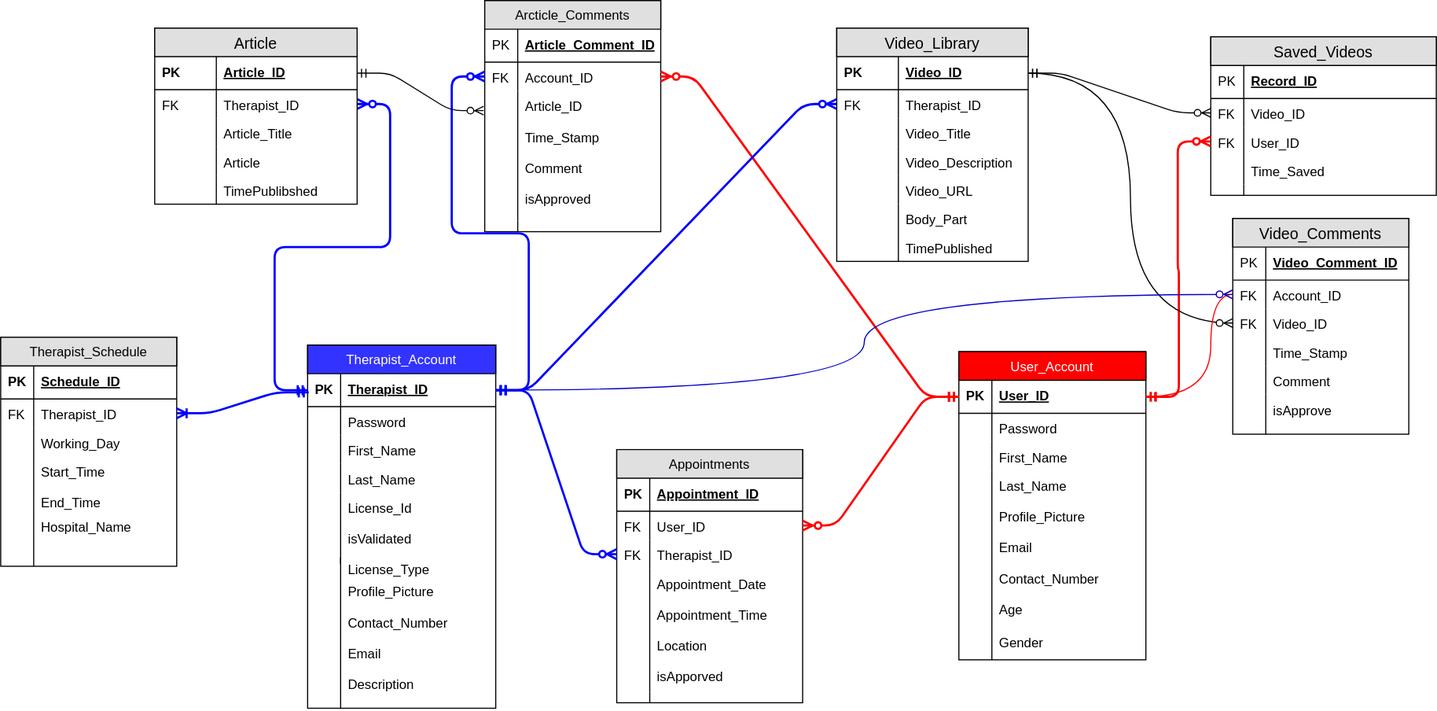
Before: ERD.svg, a diagram exported from draw.io (Brian784/MyPhysicalTherapist). Source tidied: cells renumbered, new cells last; positions are measured from the earlier drawing's top-left corner, leaving out a move shared by most shapes.
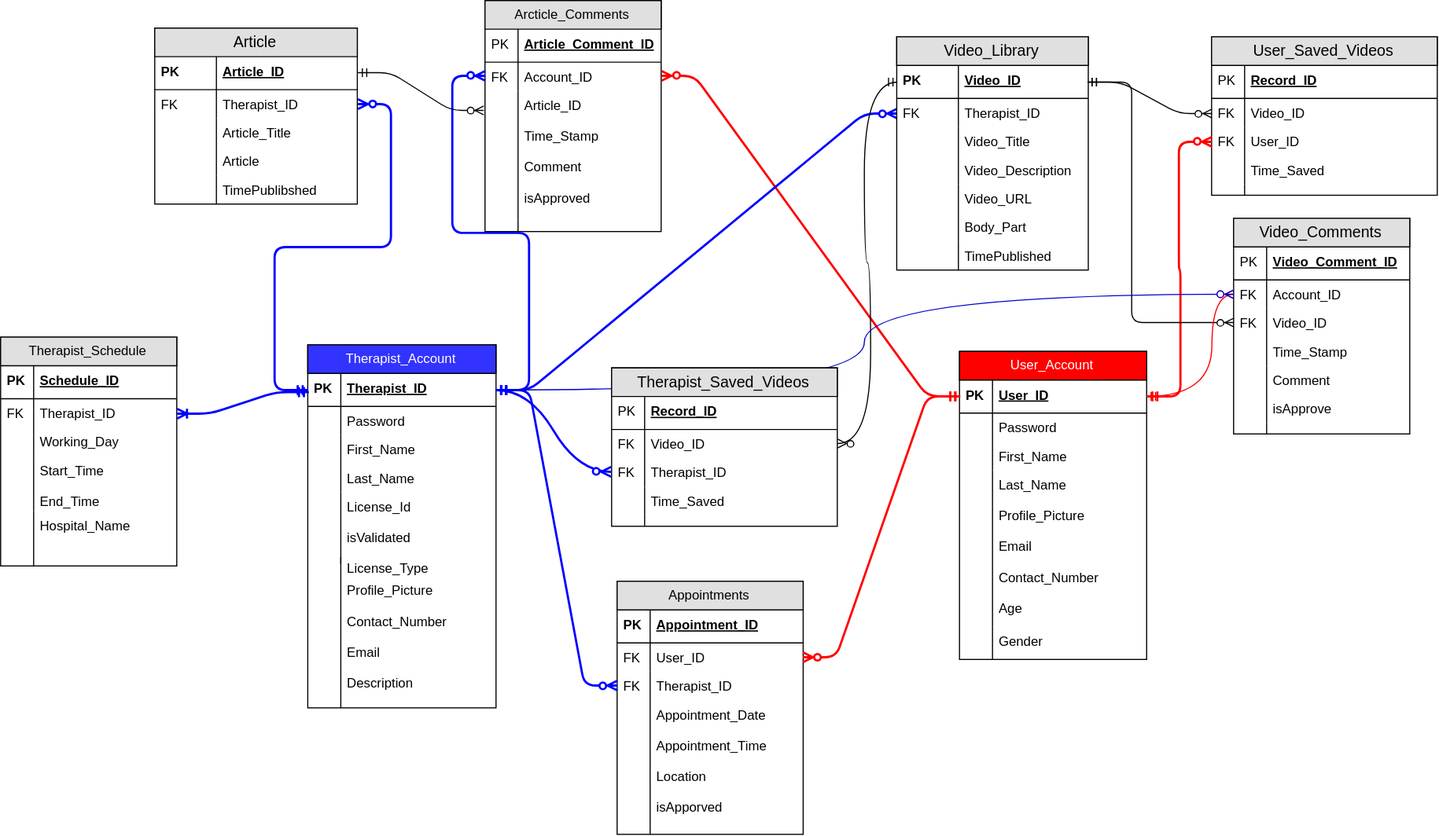
After the commit.

Diff of the diagram source:
```diff
@@ -114,7 +114,7 @@
       <mxGeometry width="28.2" as="geometry" />
     </mxCell>
     <mxCell id="39" value="Appointments" style="swimlane;fontStyle=0;horizontal=1;startSize=26;fillColor=#e0e0e0;swimlaneFillColor=#ffffff;align=center;" parent="1" vertex="1">
-      <mxGeometry x="560" y="408" width="169" height="230" as="geometry" />
+      <mxGeometry x="560" y="528" width="169" height="230" as="geometry" />
     </mxCell>
     <mxCell id="40" value="Appointment_ID" style="shape=partialRectangle;top=0;left=0;right=0;bottom=1;align=left;verticalAlign=middle;fillColor=none;spacingLeft=34;spacingRight=4;overflow=hidden;fontStyle=5;" parent="39" vertex="1">
       <mxGeometry y="26" width="169" height="30" as="geometry" />
@@ -199,7 +199,7 @@
       </mxGeometry>
     </mxCell>
     <mxCell id="66" value="Video_Library" style="swimlane;fontStyle=0;horizontal=1;startSize=26;fillColor=#e0e0e0;swimlaneFillColor=#ffffff;align=center;fontSize=14;" parent="1" vertex="1">
-      <mxGeometry x="760" y="25" width="174" height="212" as="geometry" />
+      <mxGeometry x="814" y="33" width="174" height="212" as="geometry" />
     </mxCell>
     <mxCell id="67" value="Video_ID" style="shape=partialRectangle;top=0;left=0;right=0;bottom=1;align=left;verticalAlign=middle;fillColor=none;spacingLeft=60;spacingRight=4;overflow=hidden;points=[[0,0.5],[1,0.5]];portConstraint=eastwest;fontStyle=5;fontSize=12;" parent="66" vertex="1">
       <mxGeometry y="26" width="174" height="30" as="geometry" />
@@ -279,7 +279,7 @@
     <mxCell id="92" style="edgeStyle=entityRelationEdgeStyle;fontSize=12;html=1;endArrow=ERzeroToMany;startArrow=ERmandOne;exitX=1;exitY=0.5;entryX=-0.006;entryY=0.153;entryPerimeter=0;" parent="1" edge="1" source="82" target="55">
       <mxGeometry relative="1" as="geometry" />
     </mxCell>
-    <mxCell id="93" value="Saved_Videos" style="swimlane;fontStyle=0;horizontal=1;startSize=26;fillColor=#e0e0e0;swimlaneFillColor=#ffffff;align=center;fontSize=14;" parent="1" vertex="1">
+    <mxCell id="93" value="User_Saved_Videos" style="swimlane;fontStyle=0;horizontal=1;startSize=26;fillColor=#e0e0e0;swimlaneFillColor=#ffffff;align=center;fontSize=14;" parent="1" vertex="1">
       <mxGeometry x="1100" y="33" width="205" height="144" as="geometry" />
     </mxCell>
     <mxCell id="94" value="Record_ID" style="shape=partialRectangle;top=0;left=0;right=0;bottom=1;align=left;verticalAlign=middle;fillColor=none;spacingLeft=34;spacingRight=4;overflow=hidden;fontStyle=5;fontSize=12;" parent="93" vertex="1">
@@ -363,11 +363,11 @@
     <mxCell id="120" style="shape=partialRectangle;top=0;left=0;bottom=0;fillColor=none;align=left;verticalAlign=top;spacingLeft=4;spacingRight=4;overflow=hidden;fontSize=12;" parent="119" vertex="1">
       <mxGeometry width="30" height="10" as="geometry" />
     </mxCell>
-    <mxCell id="121" style="edgeStyle=orthogonalEdgeStyle;html=1;jettySize=auto;entryX=1;entryY=0.5;exitX=0;exitY=0.5;curved=1;startArrow=ERzeroToMany;startFill=1;endArrow=ERmandOne;endFill=0;" parent="1" edge="1" source="111" target="67">
+    <mxCell id="121" style="edgeStyle=orthogonalEdgeStyle;html=1;jettySize=auto;exitX=0;exitY=0.5;startArrow=ERzeroToMany;startFill=1;endArrow=ERmandOne;endFill=0;rounded=1;entryX=1;entryY=0.5;" parent="1" edge="1" source="111" target="67">
       <mxGeometry relative="1" as="geometry">
         <Array as="points">
           <mxPoint x="1027" y="293" />
-          <mxPoint x="1027" y="66" />
+          <mxPoint x="1027" y="74" />
         </Array>
       </mxGeometry>
     </mxCell>
@@ -382,5 +382,44 @@
     <mxCell id="123" style="edgeStyle=orthogonalEdgeStyle;curved=1;html=1;entryX=0;entryY=0.5;jettySize=auto;strokeColor=#0000CC;endArrow=ERzeroToMany;endFill=1;" parent="1" edge="1" source="3" target="109">
       <mxGeometry relative="1" as="geometry" />
     </mxCell>
+    <mxCell id="124" value="Therapist_Saved_Videos" style="swimlane;fontStyle=0;horizontal=1;startSize=26;fillColor=#e0e0e0;swimlaneFillColor=#ffffff;align=center;fontSize=14;" parent="1" vertex="1">
+      <mxGeometry x="555" y="333.9" width="205" height="144" as="geometry" />
+    </mxCell>
+    <mxCell id="125" value="Record_ID" style="shape=partialRectangle;top=0;left=0;right=0;bottom=1;align=left;verticalAlign=middle;fillColor=none;spacingLeft=34;spacingRight=4;overflow=hidden;fontStyle=5;fontSize=12;" parent="124" vertex="1">
+      <mxGeometry y="26" width="205" height="30" as="geometry" />
+    </mxCell>
+    <mxCell id="126" value="PK FK" style="shape=partialRectangle;top=0;left=0;bottom=0;fillColor=none;align=left;verticalAlign=middle;spacingLeft=4;spacingRight=4;overflow=hidden;fontSize=12;" parent="125" vertex="1">
+      <mxGeometry width="30" height="30" as="geometry" />
+    </mxCell>
+    <mxCell id="127" value="Video_ID" style="shape=partialRectangle;top=0;left=0;right=0;bottom=0;align=left;verticalAlign=top;fillColor=none;spacingLeft=34;spacingRight=4;overflow=hidden;points=[[0,0.5],[1,0.5]];portConstraint=eastwest;fontSize=12;" parent="124" vertex="1">
+      <mxGeometry y="56" width="205" height="26" as="geometry" />
+    </mxCell>
+    <mxCell id="128" value="FK" style="shape=partialRectangle;top=0;left=0;bottom=0;fillColor=none;align=left;verticalAlign=top;spacingLeft=4;spacingRight=4;overflow=hidden;fontSize=12;" parent="127" vertex="1">
+      <mxGeometry width="30" height="26" as="geometry" />
+    </mxCell>
+    <mxCell id="129" value="Therapist_ID" style="shape=partialRectangle;top=0;left=0;right=0;bottom=0;align=left;verticalAlign=top;fillColor=none;spacingLeft=34;spacingRight=4;overflow=hidden;points=[[0,0.5],[1,0.5]];portConstraint=eastwest;fontSize=12;" parent="124" vertex="1">
+      <mxGeometry y="82" width="205" height="26" as="geometry" />
+    </mxCell>
+    <mxCell id="130" value="FK" style="shape=partialRectangle;top=0;left=0;bottom=0;fillColor=none;align=left;verticalAlign=top;spacingLeft=4;spacingRight=4;overflow=hidden;fontSize=12;" parent="129" vertex="1">
+      <mxGeometry width="30" height="26" as="geometry" />
+    </mxCell>
+    <mxCell id="131" value="Time_Saved" style="shape=partialRectangle;top=0;left=0;right=0;bottom=0;align=left;verticalAlign=top;fillColor=none;spacingLeft=34;spacingRight=4;overflow=hidden;fontSize=12;" parent="124" vertex="1">
+      <mxGeometry y="108" width="205" height="26" as="geometry" />
+    </mxCell>
+    <mxCell id="132" style="shape=partialRectangle;top=0;left=0;bottom=0;fillColor=none;align=left;verticalAlign=top;spacingLeft=4;spacingRight=4;overflow=hidden;fontSize=12;" parent="131" vertex="1">
+      <mxGeometry width="30" height="26" as="geometry" />
+    </mxCell>
+    <mxCell id="133" style="shape=partialRectangle;top=0;left=0;right=0;bottom=0;align=left;verticalAlign=top;fillColor=none;spacingLeft=34;spacingRight=4;overflow=hidden;fontSize=12;" parent="124" vertex="1">
+      <mxGeometry y="134" width="205" height="10" as="geometry" />
+    </mxCell>
+    <mxCell id="134" style="shape=partialRectangle;top=0;left=0;bottom=0;fillColor=none;align=left;verticalAlign=top;spacingLeft=4;spacingRight=4;overflow=hidden;fontSize=12;" parent="133" vertex="1">
+      <mxGeometry width="30" height="10" as="geometry" />
+    </mxCell>
+    <mxCell id="135" style="edgeStyle=entityRelationEdgeStyle;html=1;endArrow=ERzeroToMany;endFill=1;strokeColor=#0000FF;startArrow=ERmandOne;startFill=0;strokeWidth=2;curved=1;exitX=1;exitY=0.5;entryX=0;entryY=0.5;" parent="1" edge="1" source="3" target="129">
+      <mxGeometry relative="1" as="geometry" />
+    </mxCell>
+    <mxCell id="136" style="edgeStyle=entityRelationEdgeStyle;fontSize=12;html=1;endArrow=ERmandOne;startArrow=ERzeroToMany;strokeColor=#000000;entryX=0;entryY=0.5;startFill=1;endFill=0;exitX=1;exitY=0.5;curved=1;" parent="1" edge="1" source="127" target="67">
+      <mxGeometry relative="1" as="geometry" />
+    </mxCell>
   </root>
 </mxGraphModel>
```
